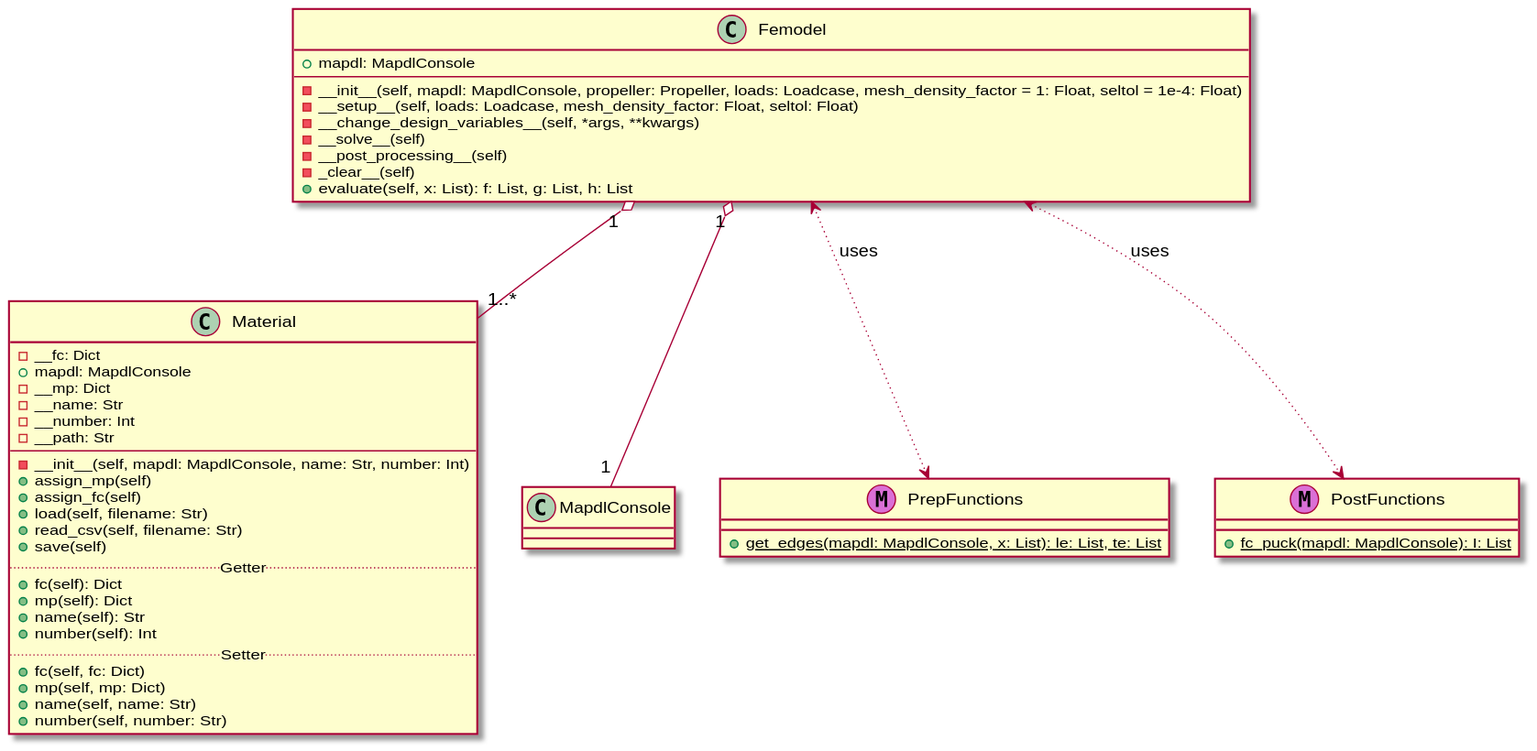
Earlier version of the PlantUML export docs/images/uml/mapdl_class.svg (lukitox/master-thesis).
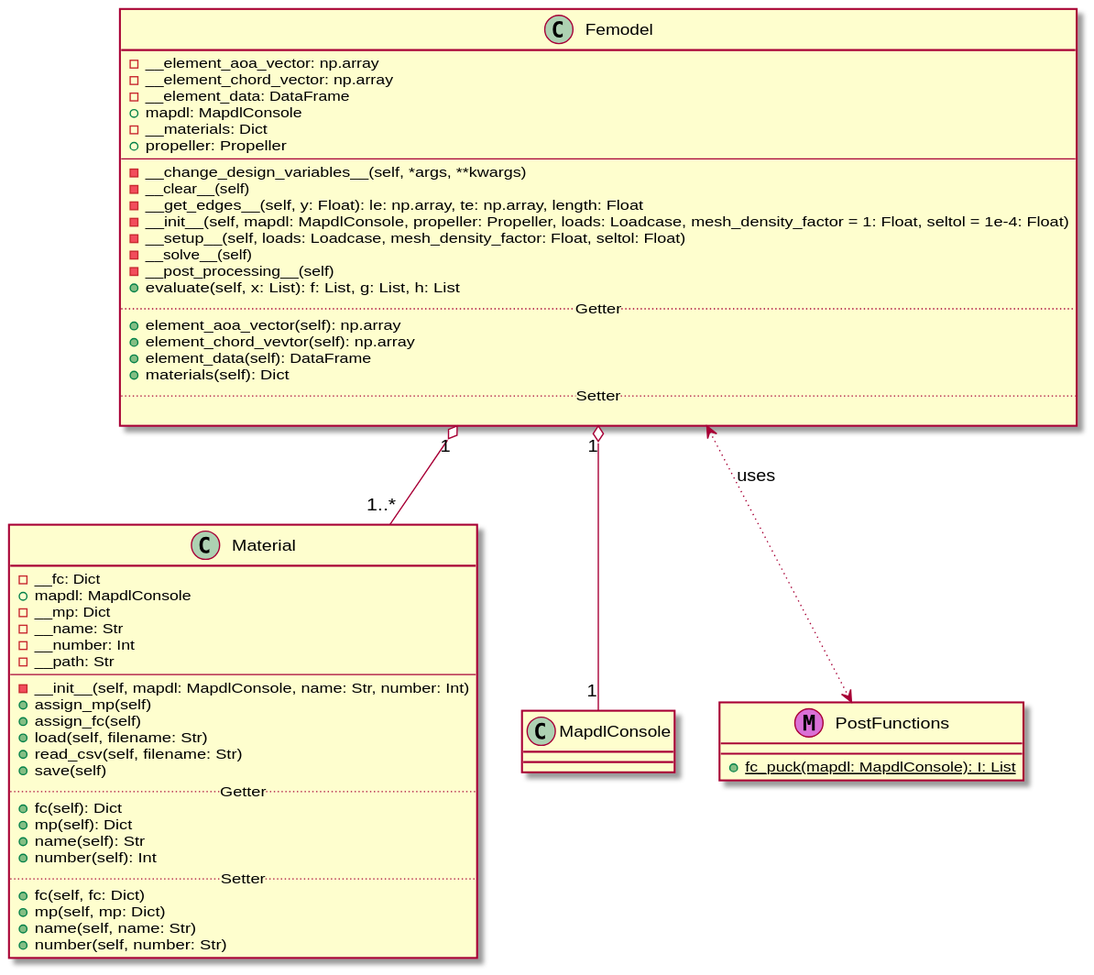
After the change.

Commit message:
uml diagram update

Diff of the diagram source:
```diff
@@ -2,19 +2,31 @@
 
 Femodel "1" o-- "1..*" Material
 Femodel "1" o-- "1" MapdlConsole
-Femodel <-[dotted]-> PrepFunctions : uses
 Femodel <-[dotted]-> PostFunctions : uses
 
 class Femodel{
+  -__element_aoa_vector: np.array
+  -__element_chord_vector: np.array
+  -__element_data: DataFrame
   +mapdl: MapdlConsole
+  -__materials: Dict
+  +propeller: Propeller
   --
+  -__change_design_variables__(self, *args, **kwargs)
+  -__clear__(self)
+  -__get_edges__(self, y: Float): le: np.array, te: np.array, length: Float
   -__init__(self, mapdl: MapdlConsole, propeller: Propeller, loads: Loadcase, mesh_density_factor = 1: Float, seltol = 1e-4: Float)
-  - __setup__(self, loads: Loadcase, mesh_density_factor: Float, seltol: Float)
-  -__change_design_variables__(self, *args, **kwargs)
+  -__setup__(self, loads: Loadcase, mesh_density_factor: Float, seltol: Float)
   -__solve__(self)
   -__post_processing__(self)
-  -_clear__(self)
   +evaluate(self, x: List): f: List, g: List, h: List
+  ..Getter..
+  +element_aoa_vector(self): np.array
+  +element_chord_vevtor(self): np.array
+  +element_data(self): DataFrame
+  +materials(self): Dict
+  ..Setter..
+
 }
 
 class MapdlConsole{}
@@ -45,9 +57,6 @@
   +number(self, number: Str)
 }
 
-class PrepFunctions << (M,orchid) >> {
-  +{static}get_edges(mapdl: MapdlConsole, x: List): le: List, te: List
-}
 
 class PostFunctions << (M,orchid) >> {
   +{static}fc_puck(mapdl: MapdlConsole): I: List
```
